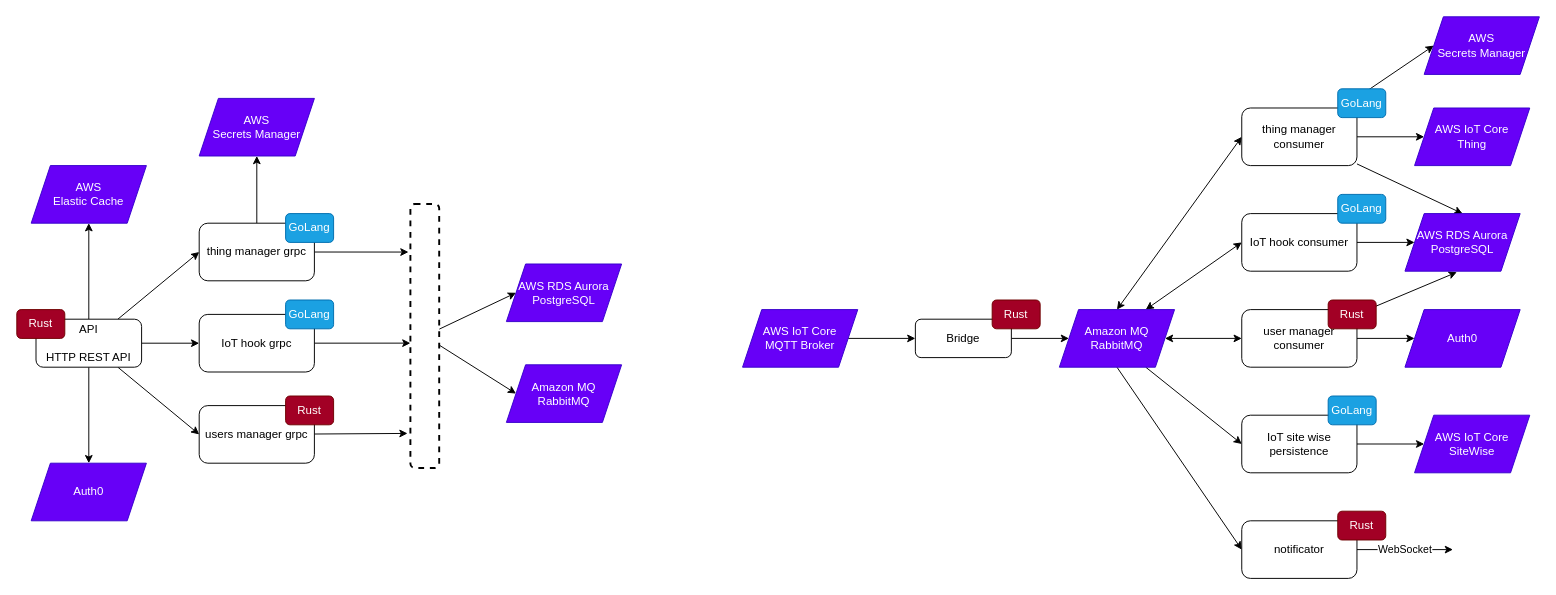
The draw.io diagram .docs/toi.drawio in tointernet/things.over.internet, before the edit. Source tidied: cells renumbered, new cells numbered last; positions are measured from the earlier drawing's top-left corner, leaving out a move shared by most shapes. Both pictures are drawn from the tidied source at 96%, with x=0, y=0 at pixel (16, 16).
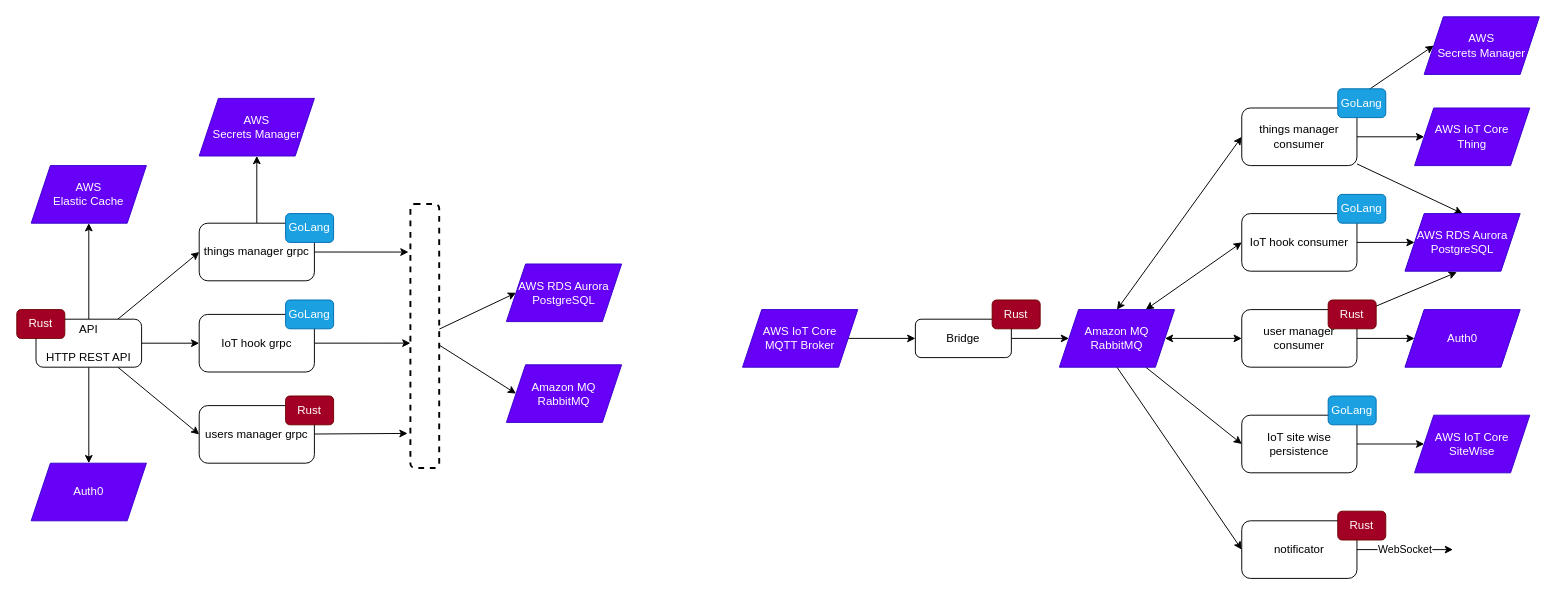
The same page after the edit.

What changed in the source:
```diff
@@
-    <mxCell id="18" value="thing manager grpc" style="rounded=1;whiteSpace=wrap;html=1;" parent="1" vertex="1">
+    <mxCell id="18" value="things manager grpc" style="rounded=1;whiteSpace=wrap;html=1;" parent="1" vertex="1">
       <mxGeometry x="190" y="215" width="120" height="60" as="geometry" />
     </mxCell>
@@
-    <mxCell id="26" value="thing manager consumer" style="rounded=1;whiteSpace=wrap;html=1;" parent="1" vertex="1">
+    <mxCell id="26" value="things manager consumer" style="rounded=1;whiteSpace=wrap;html=1;" parent="1" vertex="1">
       <mxGeometry x="1276" y="95" width="120" height="60" as="geometry" />
     </mxCell>
```
